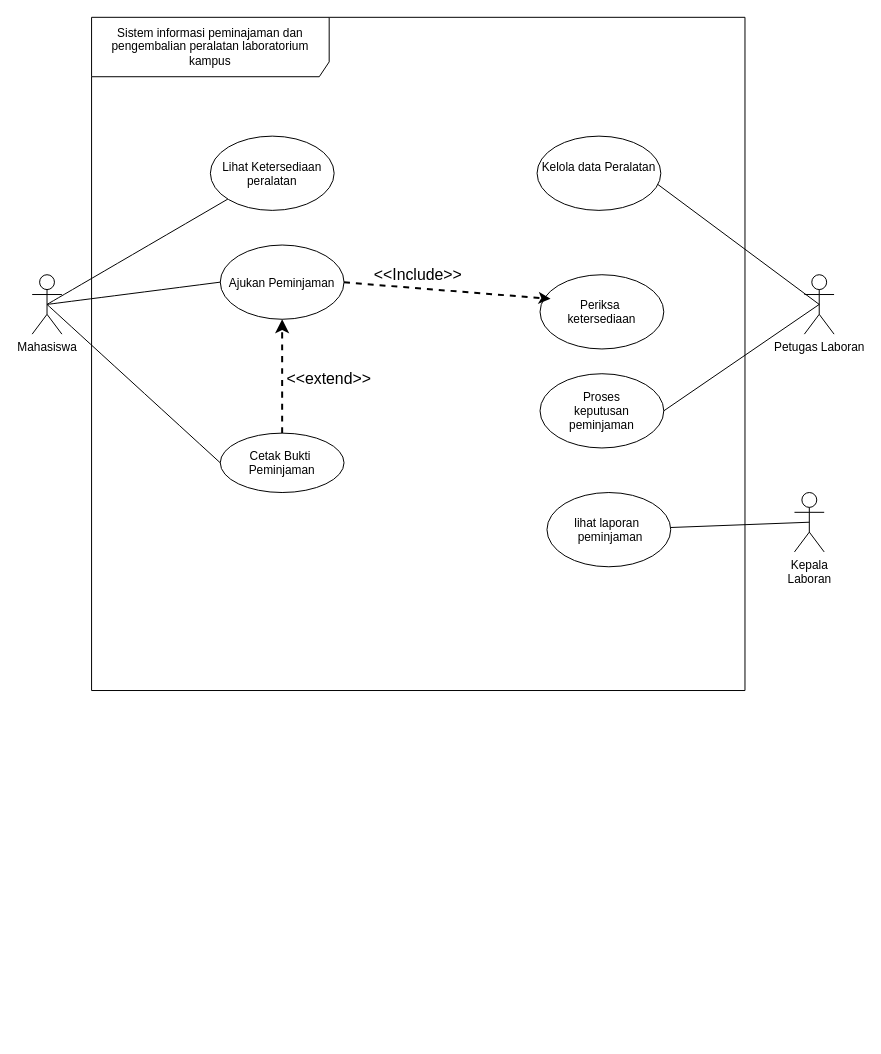
Above: 03_latihan_tools/P03/LAB/P03_2406104_LAB_usecase_v01.drawio in 2406104/IFRWP5149_2406104_LabAlat (draw.io), before the change. Source tidied: cells renumbered, new cells numbered last; positions are measured from the earlier drawing's top-left corner, leaving out a move shared by most shapes. Both pictures are drawn from the tidied source at 99%, with x=0, y=0 at pixel (32, 17).
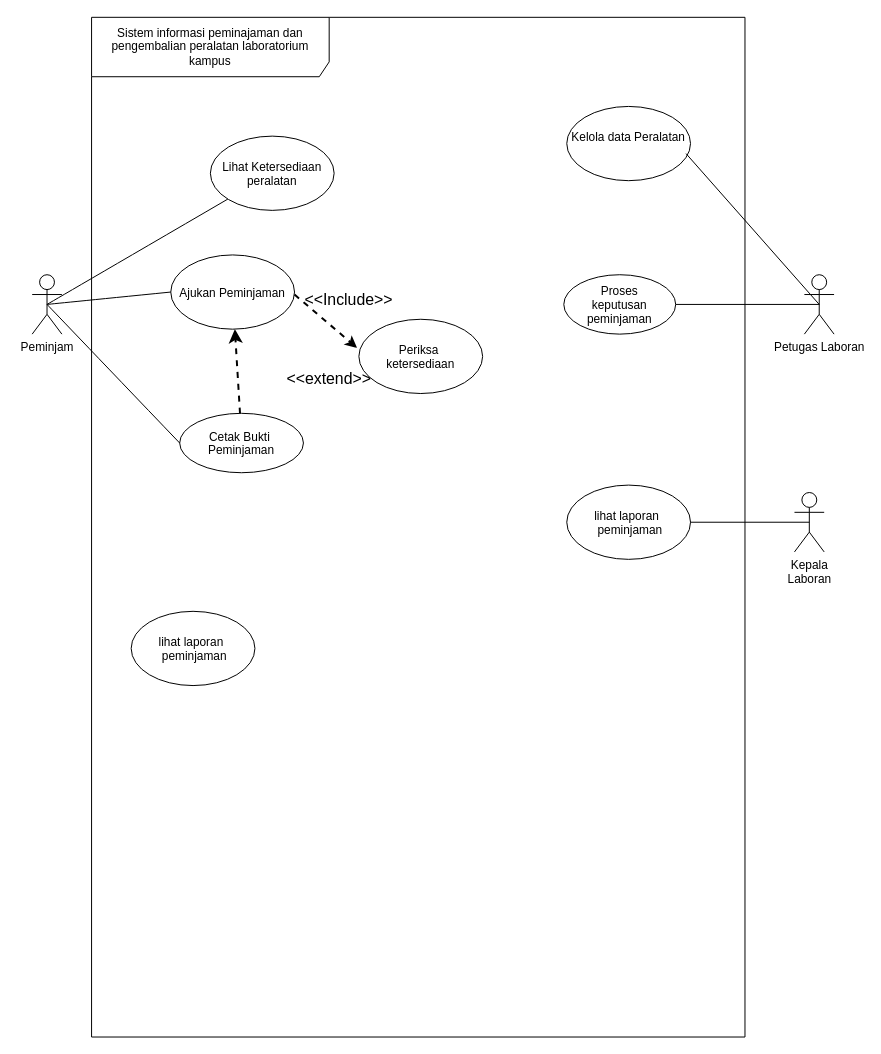
The same page after the edit.

Change to the diagram source:
```diff
@@
     <mxCell id="2" value="Sistem informasi peminajaman dan&lt;div&gt;pengembalian peralatan laboratorium kampus&lt;/div&gt;" style="shape=umlFrame;whiteSpace=wrap;html=1;width=240;height=60;" parent="1" vertex="1">
-      <mxGeometry x="60" width="660" height="680" as="geometry" />
+      <mxGeometry x="60" width="660" height="1030" as="geometry" />
     </mxCell>
@@
     <mxCell id="4" value="Periksa &#10;ketersediaan" style="ellipse;" parent="2" vertex="1">
-      <mxGeometry x="453" y="260" width="125" height="75" as="geometry" />
+      <mxGeometry x="270" y="305" width="125" height="75" as="geometry" />
     </mxCell>
     <mxCell id="5" value="Ajukan Peminjaman" style="ellipse;" parent="2" vertex="1">
-      <mxGeometry x="130" y="230" width="125" height="75" as="geometry" />
+      <mxGeometry x="80" y="240" width="125" height="75" as="geometry" />
     </mxCell>
@@
     <mxCell id="7" value="Cetak Bukti &#10;Peminjaman" style="ellipse;" parent="2" vertex="1">
-      <mxGeometry x="130" y="420" width="125" height="60" as="geometry" />
+      <mxGeometry x="89" y="400" width="125" height="60" as="geometry" />
     </mxCell>
     <mxCell id="8" value="Proses&#10;keputusan&#10;peminjaman" style="ellipse;" parent="2" vertex="1">
-      <mxGeometry x="453" y="360" width="125" height="75" as="geometry" />
+      <mxGeometry x="477" y="260" width="113" height="60" as="geometry" />
     </mxCell>
     <mxCell id="9" value="lihat laporan &#10; peminjaman" style="ellipse;" parent="2" vertex="1">
-      <mxGeometry x="460" y="480" width="125" height="75" as="geometry" />
+      <mxGeometry x="480" y="472.5" width="125" height="75" as="geometry" />
     </mxCell>
-    <mxCell id="10" style="rounded=0;jettySize=auto;html=1;endArrow=classic;endFill=1;exitX=0.5;exitY=0.5;exitDx=0;exitDy=0;exitPerimeter=0;entryX=0.085;entryY=0.325;entryDx=0;entryDy=0;entryPerimeter=0;dashed=1;strokeWidth=2;" parent="2" edge="1" target="4">
+    <mxCell id="10" style="rounded=0;jettySize=auto;html=1;endArrow=classic;endFill=1;exitX=0.5;exitY=0.5;exitDx=0;exitDy=0;exitPerimeter=0;entryX=-0.015;entryY=0.385;entryDx=0;entryDy=0;entryPerimeter=0;dashed=1;strokeWidth=2;" parent="2" edge="1" target="4">
       <mxGeometry relative="1" as="geometry">
-        <mxPoint x="255" y="267.7" as="sourcePoint" />
+        <mxPoint x="205" y="280" as="sourcePoint" />
       </mxGeometry>
     </mxCell>
     <mxCell id="11" value="&amp;lt;&amp;lt;Include&amp;gt;&amp;gt;" style="text;html=1;whiteSpace=wrap;strokeColor=none;fillColor=none;align=center;verticalAlign=middle;rounded=0;fontSize=16;" parent="2" vertex="1">
-      <mxGeometry x="290" y="240" width="80" height="40" as="geometry" />
+      <mxGeometry x="220" y="265" width="80" height="40" as="geometry" />
     </mxCell>
+    <mxCell id="23" value="lihat laporan &#10; peminjaman" style="ellipse;" parent="2" vertex="1">
+      <mxGeometry x="40" y="600" width="125" height="75" as="geometry" />
+    </mxCell>
+    <mxCell id="16" value="Kelola data Peralatan&#10;" style="ellipse;" parent="2" vertex="1">
+      <mxGeometry x="480" y="90" width="125" height="75" as="geometry" />
+    </mxCell>
-    <mxCell id="12" value="Mahasiswa" style="shape=umlActor;verticalLabelPosition=bottom;verticalAlign=top;html=1;" parent="1" vertex="1">
+    <mxCell id="12" value="Peminjam" style="shape=umlActor;verticalLabelPosition=bottom;verticalAlign=top;html=1;" parent="1" vertex="1">
       <mxGeometry y="260" width="30" height="60" as="geometry" />
     </mxCell>
@@
-    <mxCell id="16" value="Kelola data Peralatan&#10;" style="ellipse;" parent="1" vertex="1">
-      <mxGeometry x="510" y="120" width="125" height="75" as="geometry" />
-    </mxCell>
```
